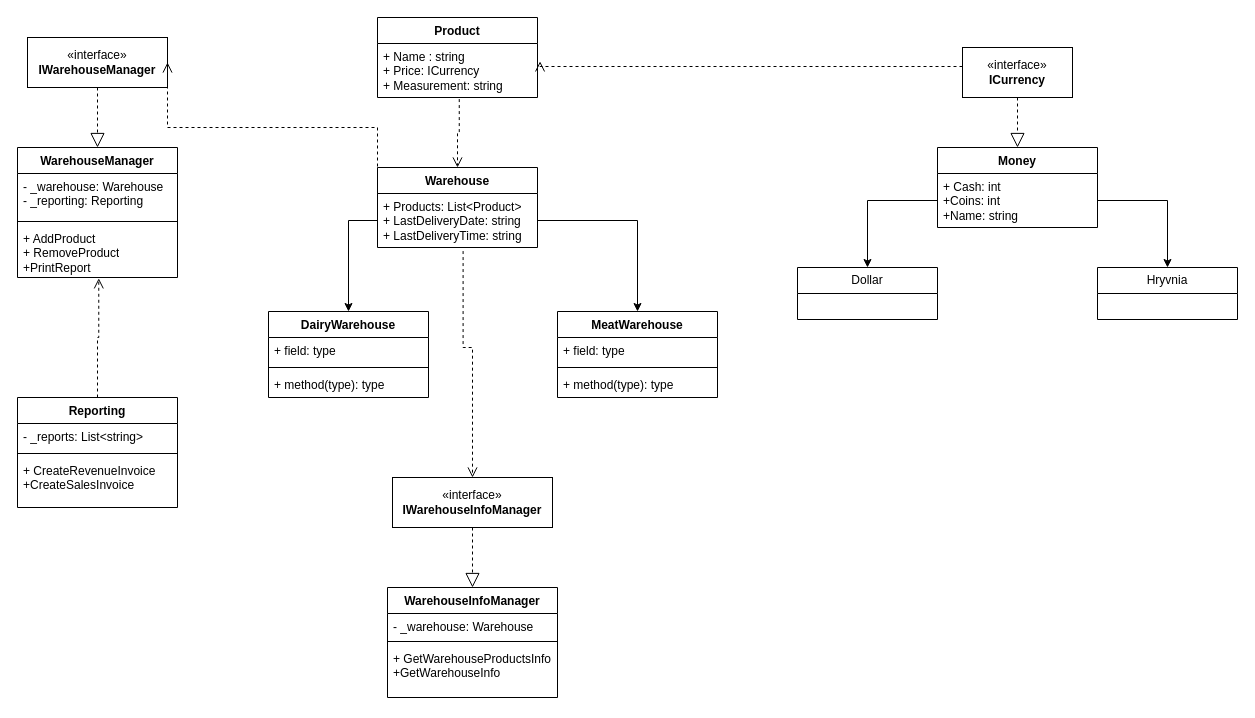
maslakovDD/SoftwareDesign keeps this draw.io diagram as lab_02/lab_02.drawio. Above is the earlier version. Source tidied: cells renumbered, new cells numbered last; positions are measured from the earlier drawing's top-left corner, leaving out a move shared by most shapes. Both pictures are drawn from the tidied source at 100%, with x=0, y=0 at pixel (17, 17).
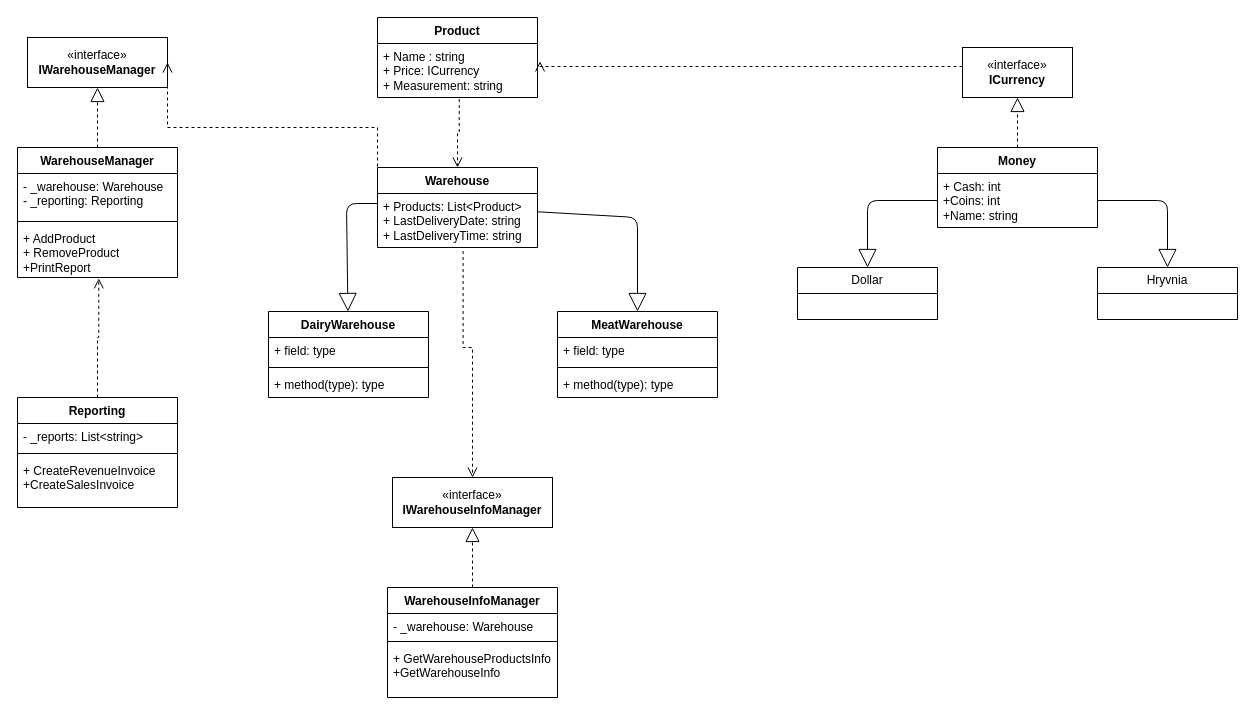
The same diagram, later.

Unchanged cells that the change refers to:
```xml
<mxCell id="2" value="«interface»&lt;br&gt;&lt;b&gt;ICurrency&lt;br&gt;&lt;/b&gt;" style="html=1;whiteSpace=wrap;" parent="1" vertex="1">
  <mxGeometry x="945" y="30" width="110" height="50" as="geometry" />
</mxCell>
<mxCell id="3" value="Money" style="swimlane;fontStyle=1;align=center;verticalAlign=top;horizontal=1;startSize=26;whiteSpace=wrap;html=1;" parent="1" vertex="1">
  <mxGeometry x="920" y="130" width="160" height="80" as="geometry" />
</mxCell>
<mxCell id="4" value="+ Cash: int&lt;br&gt;+Coins: int&lt;br&gt;+Name: string" style="text;strokeColor=none;fillColor=none;align=left;verticalAlign=top;spacingLeft=4;spacingRight=4;overflow=hidden;points=[[0,0.5],[1,0.5]];portConstraint=eastwest;whiteSpace=wrap;html=1;" parent="3" vertex="1">
  <mxGeometry y="26" width="160" height="54" as="geometry" />
</mxCell>
<mxCell id="5" value="Dollar" style="swimlane;fontStyle=0;horizontal=1;startSize=26;fillColor=none;whiteSpace=wrap;html=1;" parent="1" vertex="1">
  <mxGeometry x="780" y="250" width="140" height="52" as="geometry" />
</mxCell>
<mxCell id="7" value="Hryvnia" style="swimlane;fontStyle=0;horizontal=1;startSize=26;fillColor=none;whiteSpace=wrap;html=1;" parent="1" vertex="1">
  <mxGeometry x="1080" y="250" width="140" height="52" as="geometry" />
</mxCell>
<mxCell id="9" value="«interface»&lt;br&gt;&lt;b&gt;IWarehouseManager&lt;br&gt;&lt;/b&gt;" style="html=1;whiteSpace=wrap;" parent="1" vertex="1">
  <mxGeometry x="10" y="20" width="140" height="50" as="geometry" />
</mxCell>
<mxCell id="10" value="«interface»&lt;br&gt;&lt;b&gt;IWarehouseInfoManager&lt;br&gt;&lt;/b&gt;" style="html=1;whiteSpace=wrap;" parent="1" vertex="1">
  <mxGeometry x="375" y="460" width="160" height="50" as="geometry" />
</mxCell>
<mxCell id="11" value="WarehouseManager" style="swimlane;fontStyle=1;align=center;verticalAlign=top;horizontal=1;startSize=26;whiteSpace=wrap;html=1;" parent="1" vertex="1">
  <mxGeometry y="130" width="160" height="130" as="geometry" />
</mxCell>
<mxCell id="15" value="WarehouseInfoManager" style="swimlane;fontStyle=1;align=center;verticalAlign=top;horizontal=1;startSize=26;whiteSpace=wrap;html=1;" parent="1" vertex="1">
  <mxGeometry x="370" y="570" width="170" height="110" as="geometry" />
</mxCell>
<mxCell id="29" value="DairyWarehouse" style="swimlane;fontStyle=1;align=center;verticalAlign=top;horizontal=1;startSize=26;whiteSpace=wrap;html=1;" parent="1" vertex="1">
  <mxGeometry x="251" y="294" width="160" height="86" as="geometry" />
</mxCell>
<mxCell id="35" value="+ Products: List&amp;lt;Product&amp;gt;&lt;br&gt;+&amp;nbsp;LastDeliveryDate: string&lt;br&gt;+&amp;nbsp;LastDeliveryTime: string" style="text;strokeColor=none;fillColor=none;align=left;verticalAlign=top;spacingLeft=4;spacingRight=4;overflow=hidden;points=[[0,0.5],[1,0.5]];portConstraint=eastwest;whiteSpace=wrap;html=1;" parent="34" vertex="1">
  <mxGeometry y="26" width="160" height="54" as="geometry" />
</mxCell>
<mxCell id="36" value="MeatWarehouse" style="swimlane;fontStyle=1;align=center;verticalAlign=top;horizontal=1;startSize=26;whiteSpace=wrap;html=1;" parent="1" vertex="1">
  <mxGeometry x="540" y="294" width="160" height="86" as="geometry" />
</mxCell>
```

The edit, as a diff of the source:
```diff
@@
-    <mxCell id="6" style="edgeStyle=orthogonalEdgeStyle;rounded=0;jettySize=auto;html=1;entryX=0.5;entryY=0;entryDx=0;entryDy=0;" parent="1" edge="1" source="4" target="5">
-      <mxGeometry relative="1" as="geometry" />
-    </mxCell>
@@
-    <mxCell id="8" style="edgeStyle=orthogonalEdgeStyle;rounded=0;jettySize=auto;html=1;entryX=0.5;entryY=0;entryDx=0;entryDy=0;" parent="1" edge="1" source="4" target="7">
-      <mxGeometry relative="1" as="geometry" />
-    </mxCell>
@@
-    <mxCell id="23" style="endArrow=block;dashed=1;endFill=0;endSize=12;html=1;rounded=0;entryX=0.5;entryY=0;entryDx=0;entryDy=0;exitX=0.5;exitY=1;exitDx=0;exitDy=0;" parent="1" edge="1" source="9" target="11">
+    <mxCell id="23" style="endArrow=block;dashed=1;endFill=0;endSize=12;html=1;rounded=0;exitX=0.5;exitY=0;exitDx=0;exitDy=0;entryX=0.5;entryY=1;entryDx=0;entryDy=0;" parent="1" edge="1" source="11" target="9">
       <mxGeometry relative="1" as="geometry" />
     </mxCell>
-    <mxCell id="24" style="endArrow=block;dashed=1;endFill=0;endSize=12;html=1;rounded=0;entryX=0.5;entryY=0;entryDx=0;entryDy=0;exitX=0.5;exitY=1;exitDx=0;exitDy=0;" parent="1" edge="1" source="10" target="15">
+    <mxCell id="24" style="endArrow=block;dashed=1;endFill=0;endSize=12;html=1;rounded=0;exitX=0.5;exitY=0;exitDx=0;exitDy=0;entryX=0.5;entryY=1;entryDx=0;entryDy=0;" parent="1" edge="1" source="15" target="10">
       <mxGeometry relative="1" as="geometry" />
     </mxCell>
-    <mxCell id="25" style="endArrow=block;dashed=1;endFill=0;endSize=12;html=1;rounded=0;entryX=0.5;entryY=0;entryDx=0;entryDy=0;exitX=0.5;exitY=1;exitDx=0;exitDy=0;" parent="1" edge="1" source="2" target="3">
+    <mxCell id="25" style="endArrow=block;dashed=1;endFill=0;endSize=12;html=1;rounded=0;exitX=0.5;exitY=0;exitDx=0;exitDy=0;entryX=0.5;entryY=1;entryDx=0;entryDy=0;" parent="1" edge="1" source="3" target="2">
       <mxGeometry relative="1" as="geometry" />
     </mxCell>
@@
-    <mxCell id="33" style="edgeStyle=orthogonalEdgeStyle;rounded=0;jettySize=auto;html=1;exitX=0;exitY=0.5;exitDx=0;exitDy=0;" parent="1" edge="1" source="35" target="29">
-      <mxGeometry relative="1" as="geometry" />
-    </mxCell>
@@
-    <mxCell id="40" style="edgeStyle=orthogonalEdgeStyle;rounded=0;jettySize=auto;html=1;exitX=1;exitY=0.5;exitDx=0;exitDy=0;" parent="1" edge="1" source="35" target="36">
-      <mxGeometry relative="1" as="geometry" />
-    </mxCell>
@@
+    <mxCell id="45" style="endArrow=block;endSize=16;endFill=0;html=1;entryX=0.5;entryY=0;entryDx=0;entryDy=0;" parent="1" edge="1" target="36">
+      <mxGeometry relative="1" as="geometry">
+        <mxPoint x="520" y="194.3" as="sourcePoint" />
+        <Array as="points">
+          <mxPoint x="620" y="200" />
+        </Array>
+      </mxGeometry>
+    </mxCell>
+    <mxCell id="46" style="endArrow=block;endSize=16;endFill=0;html=1;" parent="1" edge="1" target="29">
+      <mxGeometry relative="1" as="geometry">
+        <mxPoint x="360" y="186" as="sourcePoint" />
+        <Array as="points">
+          <mxPoint x="329" y="186" />
+        </Array>
+      </mxGeometry>
+    </mxCell>
+    <mxCell id="6" style="endArrow=block;endSize=16;endFill=0;html=1;entryX=0.5;entryY=0;entryDx=0;entryDy=0;" parent="1" edge="1" source="4" target="5">
+      <mxGeometry relative="1" as="geometry">
+        <Array as="points">
+          <mxPoint x="850" y="183" />
+        </Array>
+      </mxGeometry>
+    </mxCell>
+    <mxCell id="47" style="endArrow=block;endSize=16;endFill=0;html=1;entryX=0.5;entryY=0;entryDx=0;entryDy=0;exitX=1;exitY=0.5;exitDx=0;exitDy=0;" parent="1" edge="1" source="4">
+      <mxGeometry relative="1" as="geometry">
+        <mxPoint x="1150" y="250" as="targetPoint" />
+        <Array as="points">
+          <mxPoint x="1150" y="183" />
+        </Array>
+      </mxGeometry>
+    </mxCell>
```
